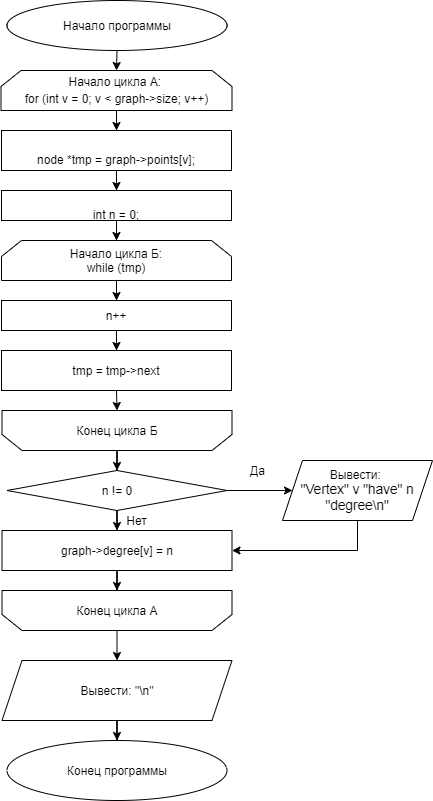
Kobanoss/FLaTA keeps this draw.io diagram as graph_flata/find_degree.png. Above is the earlier version. Source tidied: cells renumbered, new cells last; positions are measured from the earlier drawing's top-left corner, leaving out a move shared by most shapes.
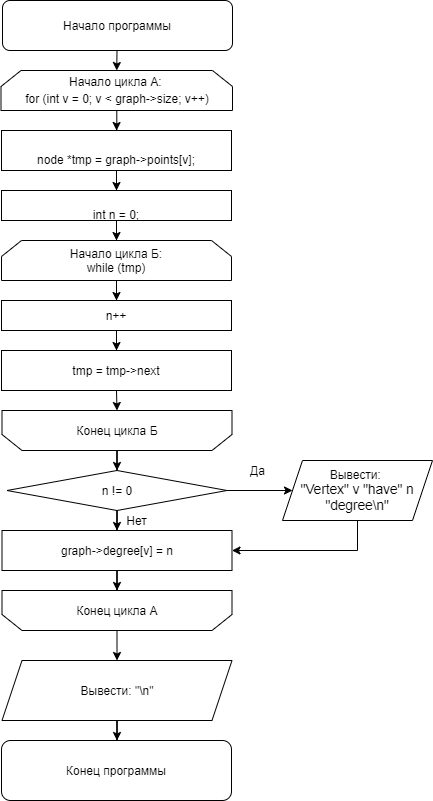
The same diagram one commit later.

The edit, as a diff of the source:
```diff
@@ -2,17 +2,16 @@
   <root>
     <mxCell id="0" />
     <mxCell id="1" parent="0" />
-    <mxCell id="2" style="edgeStyle=orthogonalEdgeStyle;rounded=0;jettySize=auto;html=1;exitX=0.5;exitY=1;exitDx=0;exitDy=0;entryX=0.5;entryY=0;entryDx=0;entryDy=0;" parent="1" edge="1" source="3" target="5">
-      <mxGeometry relative="1" as="geometry" />
+    <mxCell id="2" style="edgeStyle=orthogonalEdgeStyle;rounded=0;jettySize=auto;html=1;exitX=0.5;exitY=1;exitDx=0;exitDy=0;entryX=0.5;entryY=0;entryDx=0;entryDy=0;" parent="1" edge="1" target="5">
+      <mxGeometry relative="1" as="geometry">
+        <mxPoint x="116.5" y="50" as="sourcePoint" />
+      </mxGeometry>
     </mxCell>
-    <mxCell id="3" value="Начало программы" style="ellipse;whiteSpace=wrap;html=1;" parent="1" vertex="1">
-      <mxGeometry x="6.5" width="220" height="50" as="geometry" />
-    </mxCell>
     <mxCell id="4" style="edgeStyle=orthogonalEdgeStyle;rounded=0;jettySize=auto;html=1;" parent="1" edge="1" source="5" target="7">
       <mxGeometry relative="1" as="geometry" />
     </mxCell>
     <mxCell id="5" value="&lt;p style=&quot;box-sizing: border-box ; margin-top: 0px ; margin-bottom: 0px ; overflow-wrap: normal ; padding: 16px ; overflow: auto ; line-height: 1.45 ; border-radius: 6px ; word-break: normal&quot;&gt;Начало цикла А:&amp;nbsp;&lt;br&gt;&lt;font face=&quot;Helvetica&quot; style=&quot;line-height: 75% ; font-size: 12px&quot;&gt;&lt;span class=&quot;pl-k&quot; style=&quot;box-sizing: border-box&quot;&gt;for&lt;/span&gt; (&lt;span class=&quot;pl-k&quot; style=&quot;box-sizing: border-box&quot;&gt;int&lt;/span&gt; v = &lt;span class=&quot;pl-c1&quot; style=&quot;box-sizing: border-box&quot;&gt;0&lt;/span&gt;; v &amp;lt; graph-&amp;gt;&lt;span class=&quot;pl-smi&quot; style=&quot;box-sizing: border-box&quot;&gt;size&lt;/span&gt;; v++)&lt;/font&gt;&lt;/p&gt;" style="shape=loopLimit;whiteSpace=wrap;html=1;align=center;" parent="1" vertex="1">
-      <mxGeometry x="0.5" y="70" width="231" height="40" as="geometry" />
+      <mxGeometry x="0.5" y="70" width="231.5" height="40" as="geometry" />
     </mxCell>
     <mxCell id="6" style="edgeStyle=orthogonalEdgeStyle;rounded=0;jettySize=auto;html=1;" parent="1" edge="1" source="7" target="9">
       <mxGeometry relative="1" as="geometry" />
@@ -77,8 +76,10 @@
     <mxCell id="26" value="Нет" style="text;html=1;align=center;verticalAlign=middle;" parent="1" vertex="1">
       <mxGeometry x="116" y="510" width="40" height="20" as="geometry" />
     </mxCell>
-    <mxCell id="27" style="edgeStyle=orthogonalEdgeStyle;rounded=0;jettySize=auto;html=1;" parent="1" edge="1" source="28" target="31">
-      <mxGeometry relative="1" as="geometry" />
+    <mxCell id="27" style="edgeStyle=orthogonalEdgeStyle;rounded=0;jettySize=auto;html=1;" parent="1" edge="1" source="28">
+      <mxGeometry relative="1" as="geometry">
+        <mxPoint x="116.5" y="740" as="targetPoint" />
+      </mxGeometry>
     </mxCell>
     <mxCell id="28" value="Вывести: &quot;\n&quot;" style="shape=parallelogram;perimeter=parallelogramPerimeter;whiteSpace=wrap;html=1;fixedSize=1;" parent="1" vertex="1">
       <mxGeometry x="1.5" y="660" width="230" height="60" as="geometry" />
@@ -89,8 +90,11 @@
     <mxCell id="30" value="Конец цикла А" style="shape=loopLimit;whiteSpace=wrap;html=1;direction=west;" parent="1" vertex="1">
       <mxGeometry x="1.5" y="590" width="230" height="40" as="geometry" />
     </mxCell>
+    <mxCell id="3" value="Начало программы" style="rounded=1;whiteSpace=wrap;html=1;" parent="1" vertex="1">
+      <mxGeometry x="2" width="230" height="50" as="geometry" />
+    </mxCell>
-    <mxCell id="31" value="Конец программы" style="ellipse;whiteSpace=wrap;html=1;" parent="1" vertex="1">
-      <mxGeometry x="6.5" y="740" width="220" height="60" as="geometry" />
+    <mxCell id="31" value="Конец программы" style="rounded=1;whiteSpace=wrap;html=1;" parent="1" vertex="1">
+      <mxGeometry x="1" y="740" width="230" height="60" as="geometry" />
     </mxCell>
   </root>
 </mxGraphModel>
```
